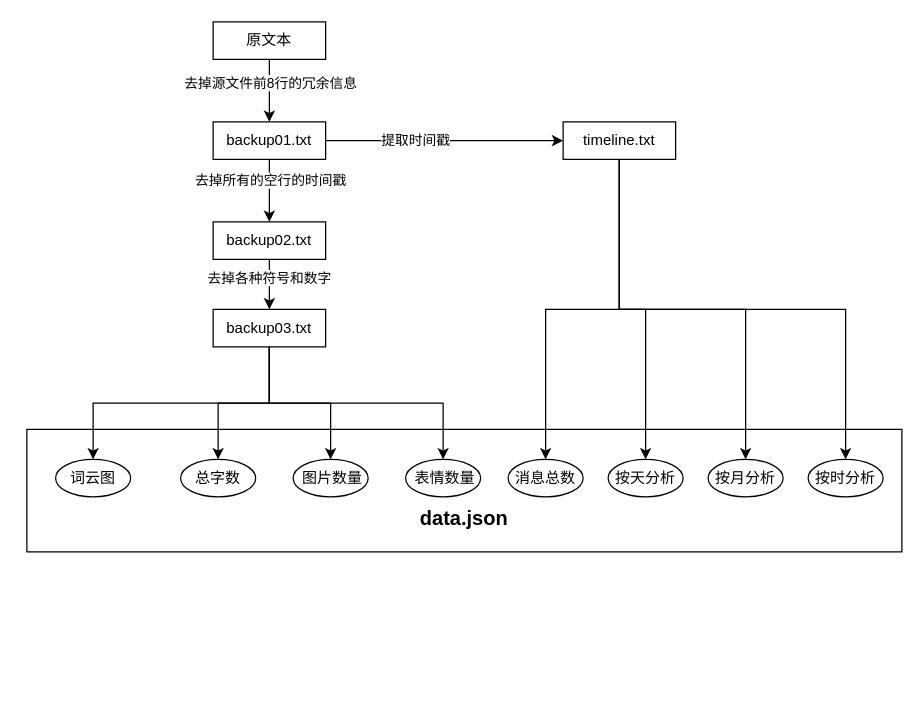
Before: OBSIDIAN/5.专题研究/QQ消息记录数据分析/resource/Diagram.drawio in coderyjc/MyNotes, a draw.io diagram. Source tidied: cells renumbered, new cells numbered last; positions are measured from the earlier drawing's top-left corner, leaving out a move shared by most shapes. Both pictures are drawn from the tidied source at 125%, with x=0, y=0 at pixel (26, 21).
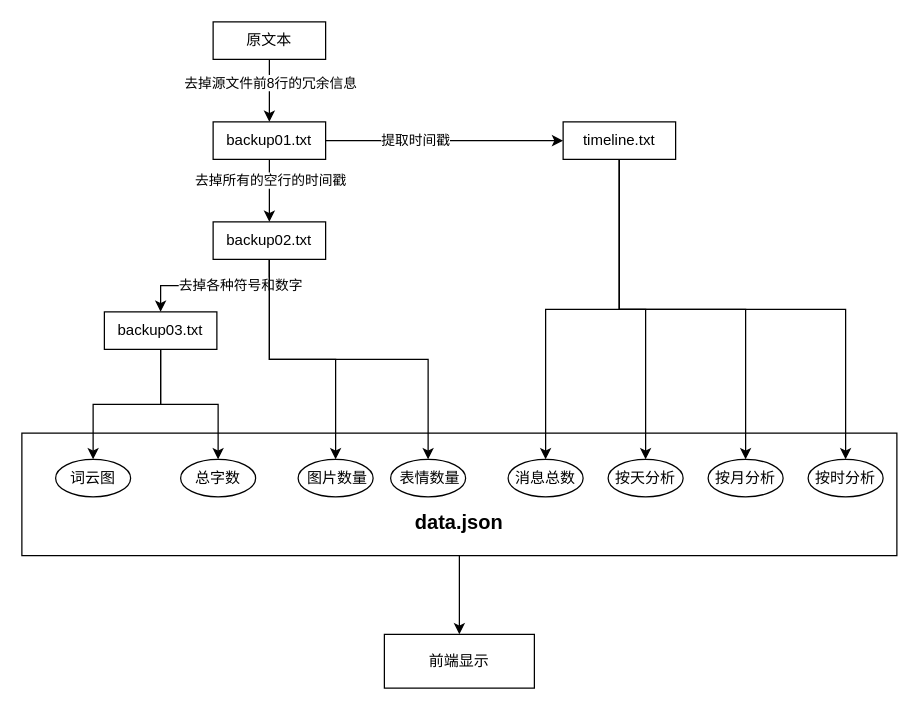
Above is the later version.

The change refers to these unchanged cells:
```xml
<mxCell id="7" value="backup02.txt" style="rounded=0;whiteSpace=wrap;html=1;" parent="1" vertex="1">
  <mxGeometry x="149" y="160" width="90" height="30" as="geometry" />
</mxCell>
```

The edit, as a diff of the source:
```diff
@@
+    <mxCell id="32" style="edgeStyle=orthogonalEdgeStyle;rounded=0;jettySize=auto;html=1;exitX=0.5;exitY=1;exitDx=0;exitDy=0;entryX=0.5;entryY=0;entryDx=0;entryDy=0;" parent="1" edge="1" source="7" target="25">
+      <mxGeometry relative="1" as="geometry" />
+    </mxCell>
+    <mxCell id="33" style="edgeStyle=orthogonalEdgeStyle;rounded=0;jettySize=auto;html=1;exitX=0.5;exitY=1;exitDx=0;exitDy=0;entryX=0.5;entryY=0;entryDx=0;entryDy=0;" parent="1" edge="1" source="7" target="26">
+      <mxGeometry relative="1" as="geometry" />
+    </mxCell>
@@
-    <mxCell id="10" style="edgeStyle=orthogonalEdgeStyle;rounded=0;jettySize=auto;html=1;exitX=0.5;exitY=1;exitDx=0;exitDy=0;entryX=0.5;entryY=0;entryDx=0;entryDy=0;" parent="1" edge="1" source="12" target="25">
-      <mxGeometry relative="1" as="geometry" />
-    </mxCell>
-    <mxCell id="11" style="edgeStyle=orthogonalEdgeStyle;rounded=0;jettySize=auto;html=1;exitX=0.5;exitY=1;exitDx=0;exitDy=0;entryX=0.5;entryY=0;entryDx=0;entryDy=0;" parent="1" edge="1" source="12" target="26">
-      <mxGeometry relative="1" as="geometry" />
-    </mxCell>
     <mxCell id="12" value="backup03.txt" style="rounded=0;whiteSpace=wrap;html=1;" parent="1" vertex="1">
-      <mxGeometry x="149" y="230" width="90" height="30" as="geometry" />
+      <mxGeometry x="62" y="232" width="90" height="30" as="geometry" />
     </mxCell>
@@
     <mxCell id="25" value="&amp;nbsp;图片数量" style="ellipse;whiteSpace=wrap;html=1;" parent="1" vertex="1">
-      <mxGeometry x="213" y="350" width="60" height="30" as="geometry" />
+      <mxGeometry x="217" y="350" width="60" height="30" as="geometry" />
     </mxCell>
     <mxCell id="26" value="&amp;nbsp;表情数量" style="ellipse;whiteSpace=wrap;html=1;" parent="1" vertex="1">
-      <mxGeometry x="303" y="350" width="60" height="30" as="geometry" />
+      <mxGeometry x="291" y="350" width="60" height="30" as="geometry" />
     </mxCell>
@@
+    <mxCell id="34" style="edgeStyle=orthogonalEdgeStyle;rounded=0;jettySize=auto;html=1;exitX=0.5;exitY=1;exitDx=0;exitDy=0;" parent="1" edge="1" source="31" target="35">
+      <mxGeometry relative="1" as="geometry" />
+    </mxCell>
     <mxCell id="31" value="&lt;br&gt;&lt;br&gt;&lt;br&gt;&lt;b&gt;&lt;font style=&quot;font-size: 16px&quot;&gt;data.json&lt;/font&gt;&lt;/b&gt;" style="rounded=0;whiteSpace=wrap;html=1;fillColor=none;" parent="1" vertex="1">
-      <mxGeometry y="326" width="700" height="98" as="geometry" />
+      <mxGeometry x="-4" y="329" width="700" height="98" as="geometry" />
     </mxCell>
+    <mxCell id="35" value="前端显示" style="rounded=0;whiteSpace=wrap;html=1;" parent="1" vertex="1">
+      <mxGeometry x="286" y="490" width="120" height="43" as="geometry" />
+    </mxCell>
```
